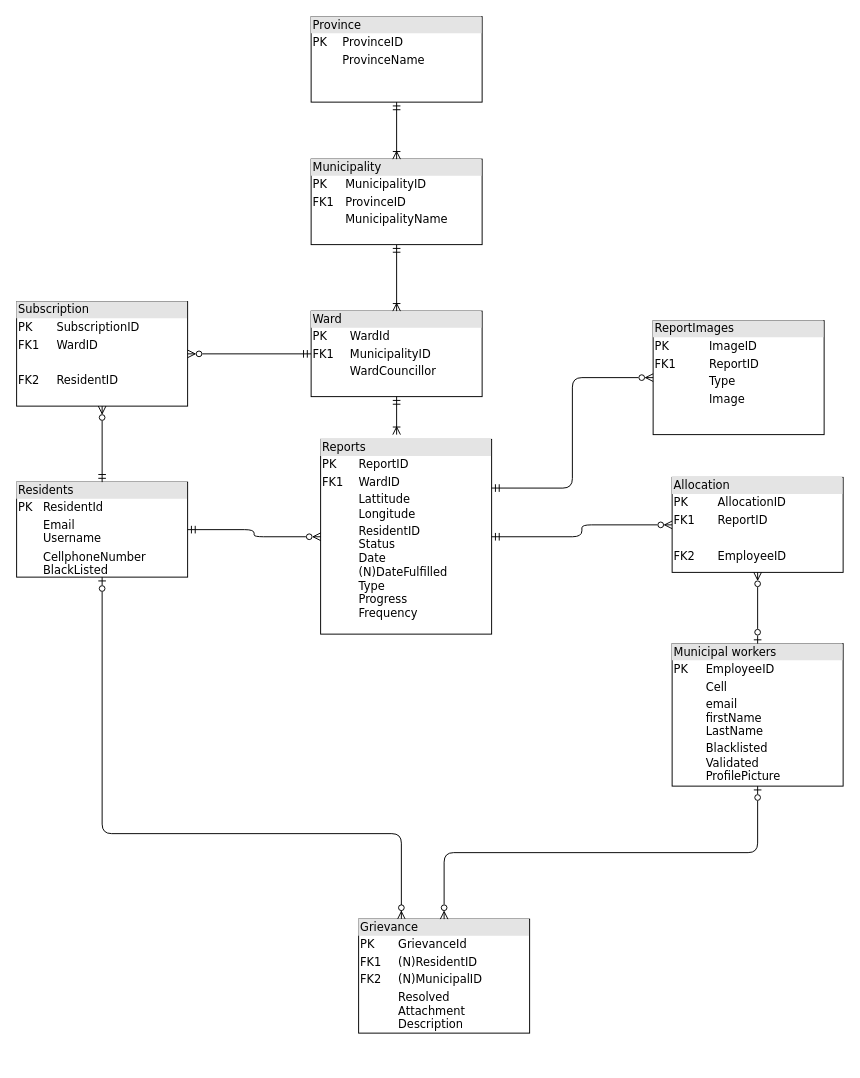
Above: DBArchitecture.drawio in YamiMegersa/clone_repo (draw.io), before the change. Source tidied: cells renumbered, new cells numbered last; positions are measured from the earlier drawing's top-left corner, leaving out a move shared by most shapes. Both pictures are drawn from the tidied source at 95%, with x=0, y=0 at pixel (16, 16).
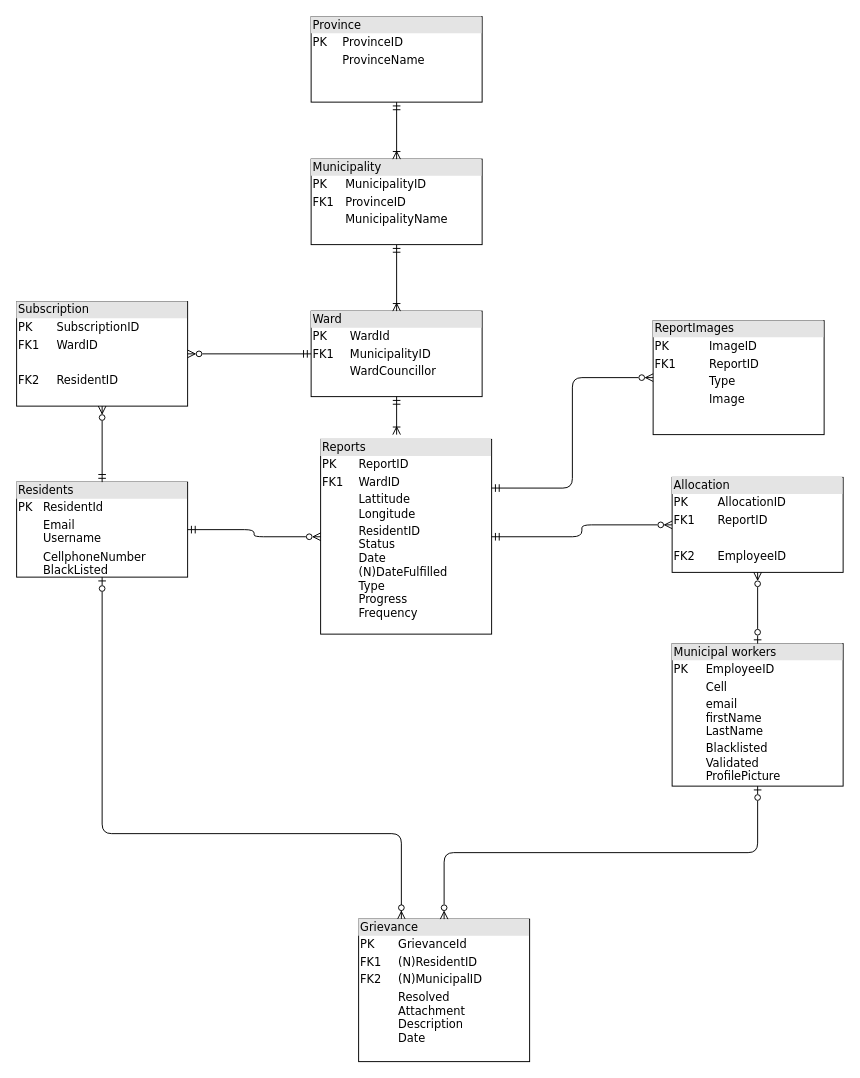
The same page after the edit.

Commit message:
Date added to Grievance

Change to the diagram source:
```diff
@@
-    <mxCell id="19" value="&lt;div style=&quot;box-sizing: border-box; width: 100%; background: rgb(228, 228, 228); padding: 2px;&quot;&gt;Grievance&lt;/div&gt;&lt;table style=&quot;width: 100% ; font-size: 1em&quot; cellpadding=&quot;2&quot; cellspacing=&quot;0&quot;&gt;&lt;tbody&gt;&lt;tr&gt;&lt;td&gt;PK&lt;/td&gt;&lt;td&gt;GrievanceId&lt;/td&gt;&lt;/tr&gt;&lt;tr&gt;&lt;td&gt;FK1&lt;/td&gt;&lt;td&gt;(N)ResidentID&lt;br&gt;&lt;/td&gt;&lt;/tr&gt;&lt;tr&gt;&lt;td&gt;FK2&lt;/td&gt;&lt;td&gt;(N)MunicipalID&lt;/td&gt;&lt;/tr&gt;&lt;tr&gt;&lt;td&gt;&lt;br&gt;&lt;/td&gt;&lt;td&gt;Resolved&lt;br&gt;Attachment&lt;br&gt;Description&lt;/td&gt;&lt;/tr&gt;&lt;/tbody&gt;&lt;/table&gt;" style="verticalAlign=top;align=left;overflow=fill;html=1;rounded=0;shadow=0;comic=0;labelBackgroundColor=none;strokeWidth=1;fontFamily=Verdana;fontSize=12;" parent="1" vertex="1">
-      <mxGeometry x="360" y="950" width="180" height="120" as="geometry" />
+    <mxCell id="19" value="&lt;div style=&quot;box-sizing: border-box; width: 100%; background: rgb(228, 228, 228); padding: 2px;&quot;&gt;Grievance&lt;/div&gt;&lt;table style=&quot;width: 100% ; font-size: 1em&quot; cellpadding=&quot;2&quot; cellspacing=&quot;0&quot;&gt;&lt;tbody&gt;&lt;tr&gt;&lt;td&gt;PK&lt;/td&gt;&lt;td&gt;GrievanceId&lt;/td&gt;&lt;/tr&gt;&lt;tr&gt;&lt;td&gt;FK1&lt;/td&gt;&lt;td&gt;(N)ResidentID&lt;br&gt;&lt;/td&gt;&lt;/tr&gt;&lt;tr&gt;&lt;td&gt;FK2&lt;/td&gt;&lt;td&gt;(N)MunicipalID&lt;/td&gt;&lt;/tr&gt;&lt;tr&gt;&lt;td&gt;&lt;br&gt;&lt;/td&gt;&lt;td&gt;Resolved&lt;br&gt;Attachment&lt;br&gt;Description&lt;br&gt;Date&lt;br&gt;&lt;br&gt;&lt;/td&gt;&lt;/tr&gt;&lt;/tbody&gt;&lt;/table&gt;" style="verticalAlign=top;align=left;overflow=fill;html=1;rounded=0;shadow=0;comic=0;labelBackgroundColor=none;strokeWidth=1;fontFamily=Verdana;fontSize=12;" parent="1" vertex="1">
+      <mxGeometry x="360" y="950" width="180" height="150" as="geometry" />
     </mxCell>
```
